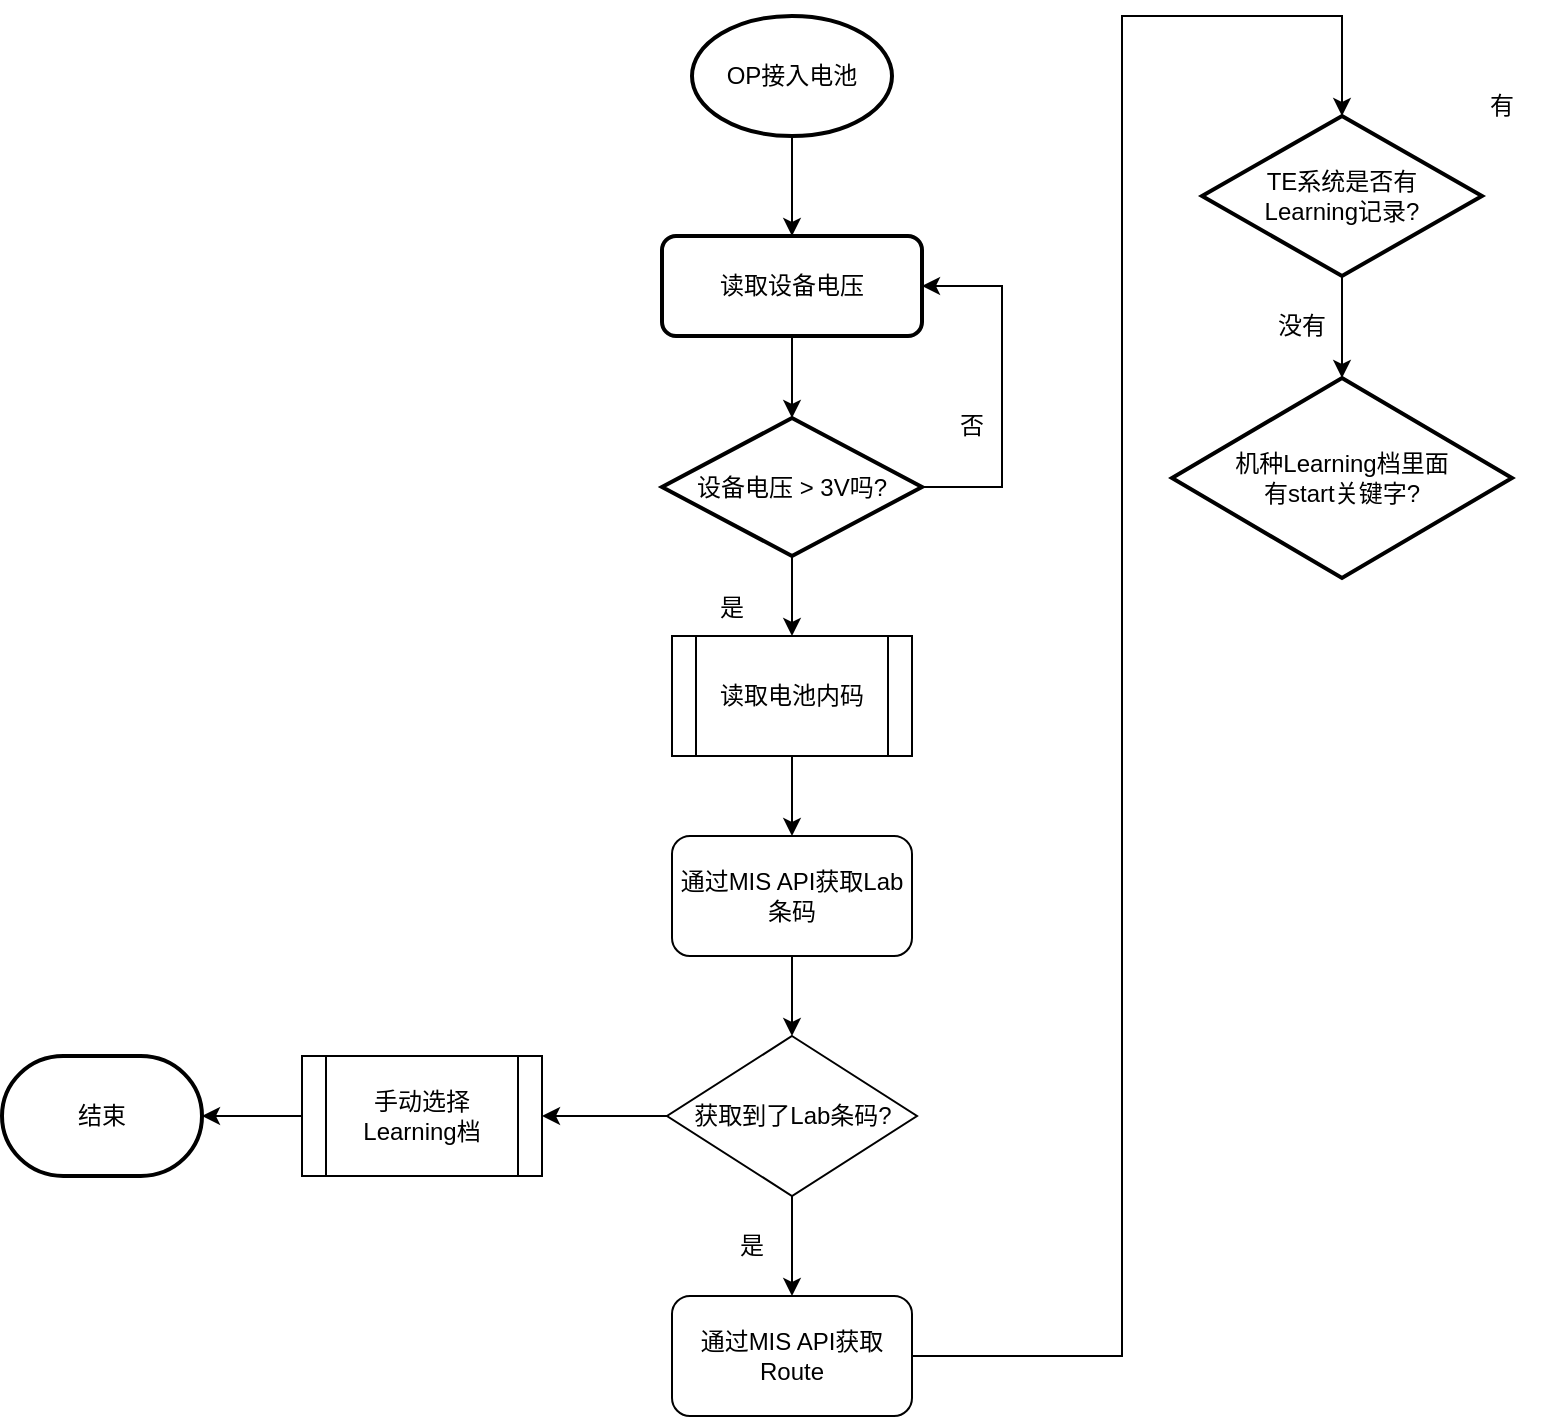
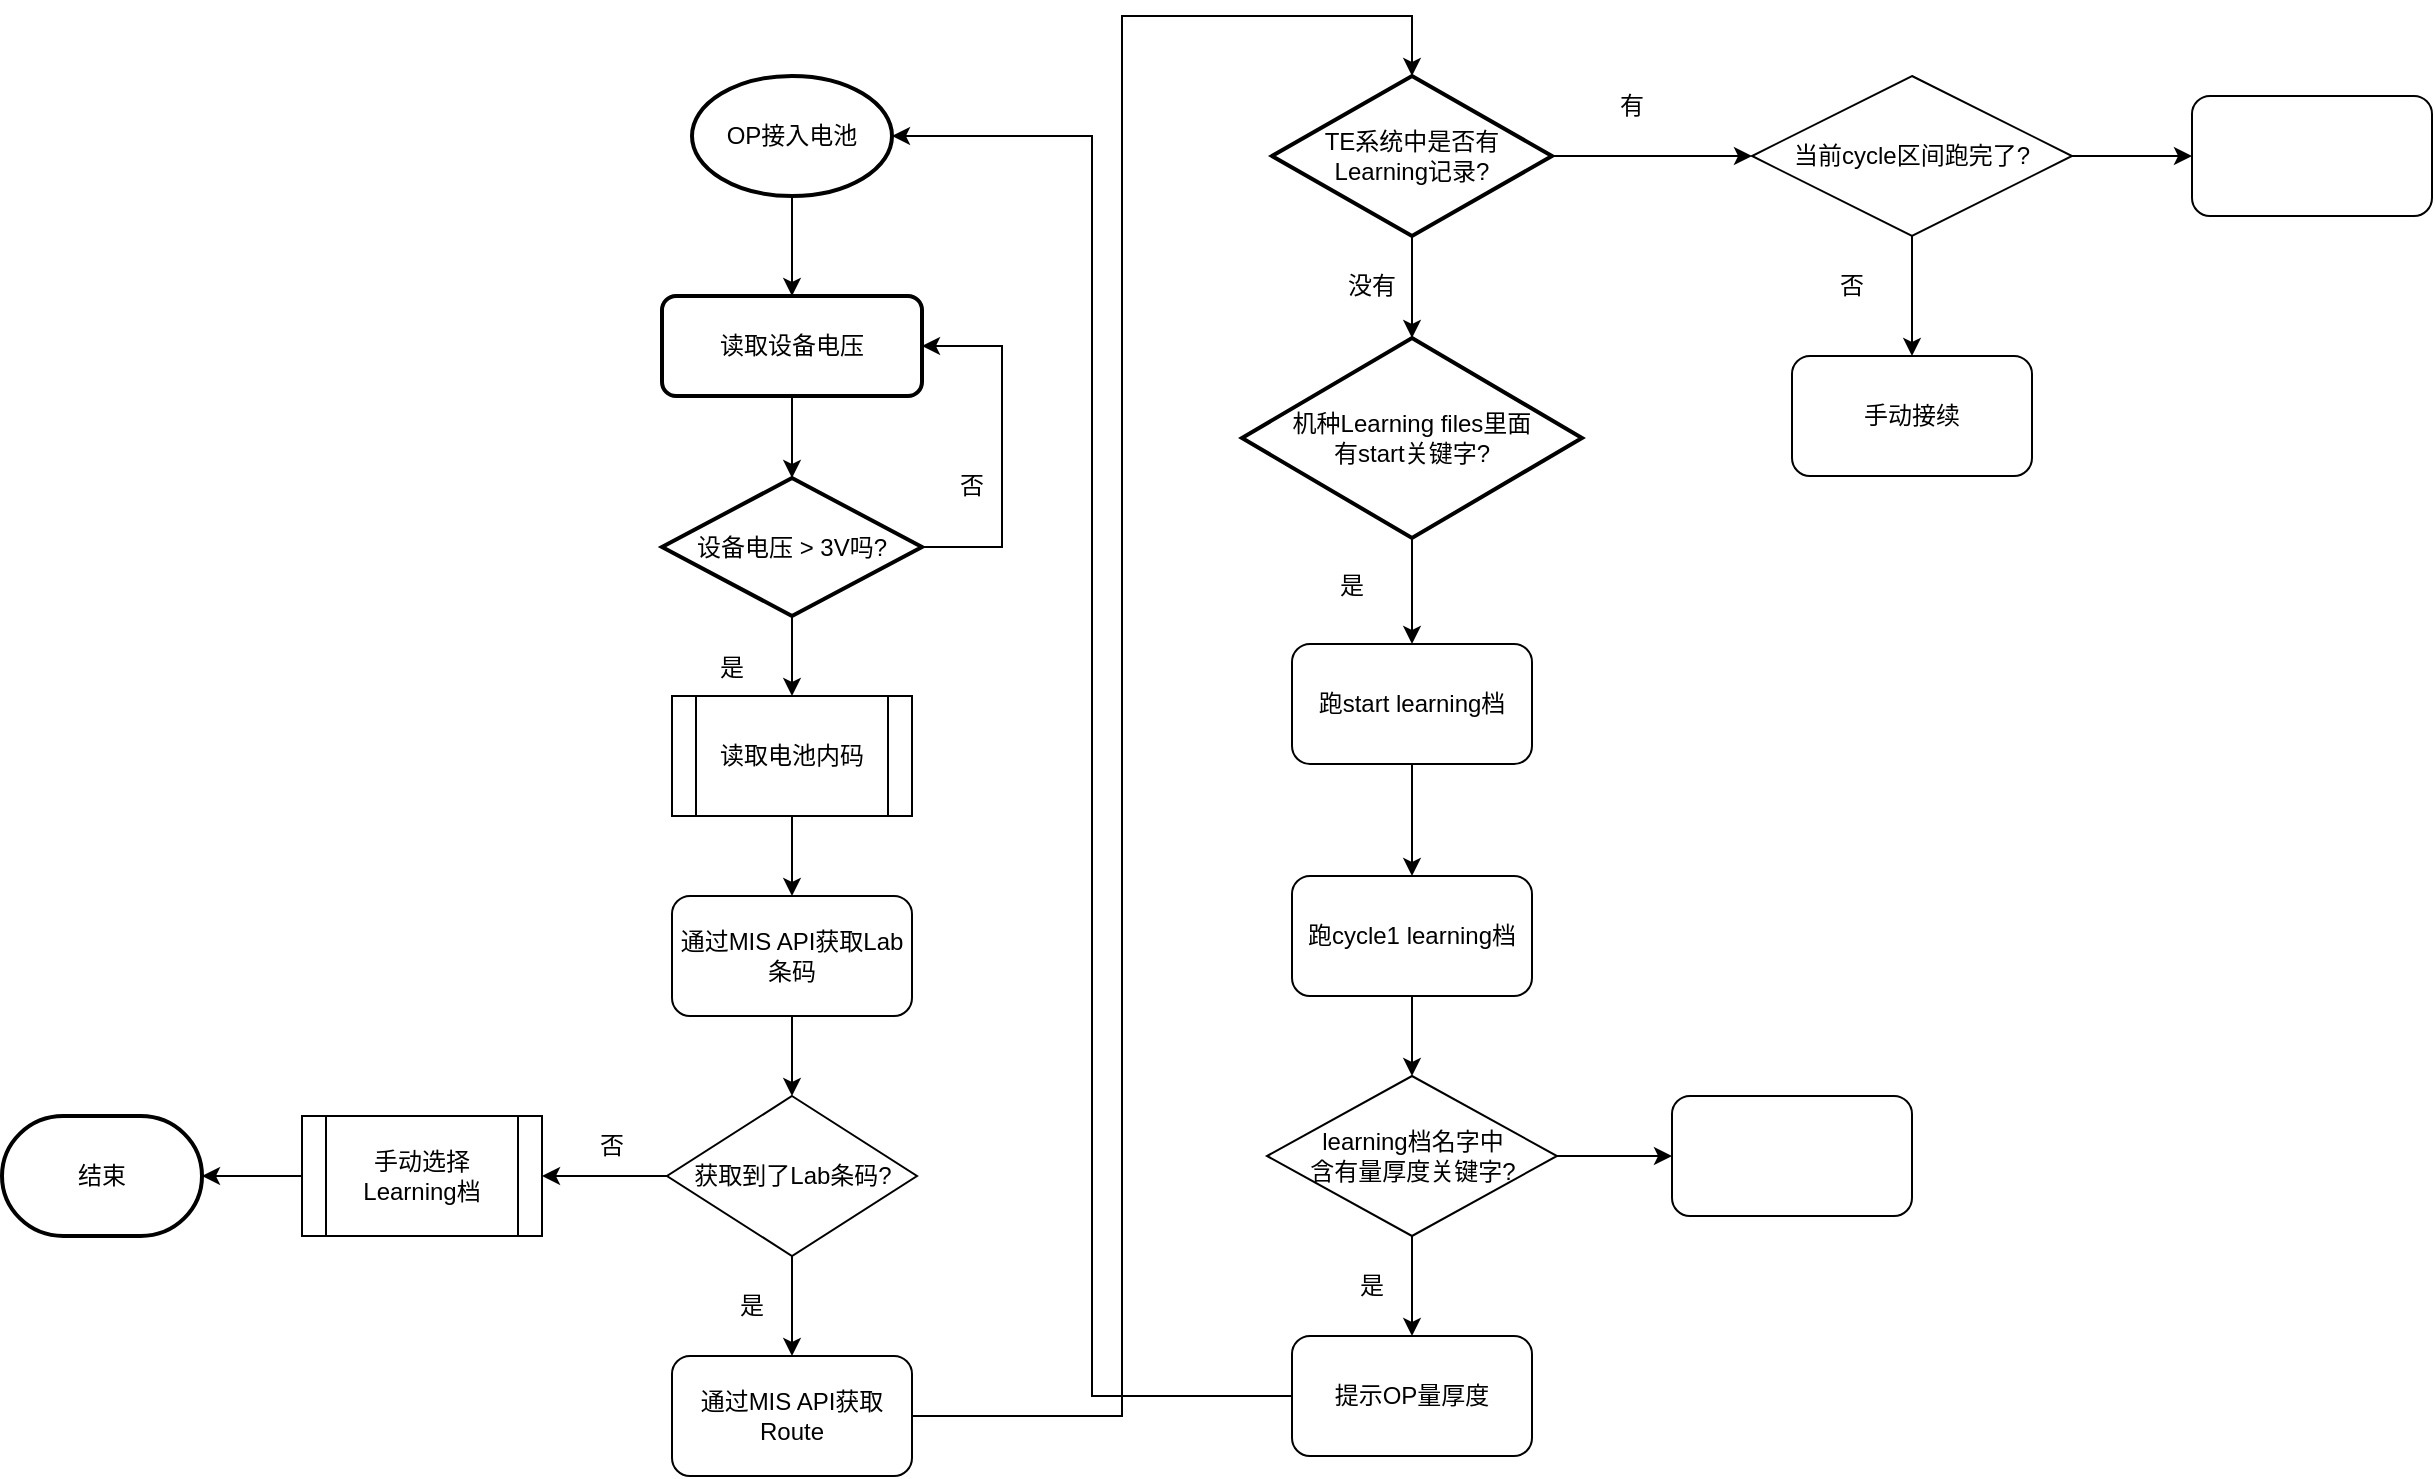
<mxfile host="app.diagrams.net">
  <diagram name="第 1 页" id="3HldnIOuQtLrwHUO-1mN">
-     <mxGraphModel dx="983" dy="757" grid="1" gridSize="10" guides="1" tooltips="1" connect="1" arrows="1" fold="1" page="1" pageScale="1" pageWidth="1169" pageHeight="827" math="0" shadow="0">
+     <mxGraphModel dx="1623" dy="813" grid="1" gridSize="10" guides="1" tooltips="1" connect="1" arrows="1" fold="1" page="1" pageScale="1" pageWidth="1169" pageHeight="827" math="0" shadow="0">
      <root>
        <mxCell id="0" />
        <mxCell id="1" parent="0" />
        <mxCell id="qRa3hty1LtdxE0hFs_0w-8" edge="1" parent="1" source="qRa3hty1LtdxE0hFs_0w-4" style="edgeStyle=orthogonalEdgeStyle;rounded=0;orthogonalLoop=1;jettySize=auto;html=1;" target="qRa3hty1LtdxE0hFs_0w-6" value="">
          <mxGeometry relative="1" as="geometry" />
        </mxCell>
        <mxCell id="qRa3hty1LtdxE0hFs_0w-4" parent="1" style="strokeWidth=2;html=1;shape=mxgraph.flowchart.start_1;whiteSpace=wrap;" value="OP接入电池" vertex="1">
          <mxGeometry height="60" width="100" x="385" y="50" as="geometry" />
        </mxCell>
        <mxCell id="qRa3hty1LtdxE0hFs_0w-9" edge="1" parent="1" source="qRa3hty1LtdxE0hFs_0w-6" style="edgeStyle=orthogonalEdgeStyle;rounded=0;orthogonalLoop=1;jettySize=auto;html=1;" target="qRa3hty1LtdxE0hFs_0w-7" value="">
          <mxGeometry relative="1" as="geometry" />
        </mxCell>
        <mxCell id="qRa3hty1LtdxE0hFs_0w-6" parent="1" style="rounded=1;whiteSpace=wrap;html=1;absoluteArcSize=1;arcSize=14;strokeWidth=2;" value="读取设备电压" vertex="1">
          <mxGeometry height="50" width="130" x="370" y="160" as="geometry" />
        </mxCell>
        <mxCell id="qRa3hty1LtdxE0hFs_0w-14" edge="1" parent="1" source="qRa3hty1LtdxE0hFs_0w-7" style="edgeStyle=orthogonalEdgeStyle;rounded=0;orthogonalLoop=1;jettySize=auto;html=1;" target="qRa3hty1LtdxE0hFs_0w-13" value="">
          <mxGeometry relative="1" as="geometry" />
        </mxCell>
        <mxCell id="qRa3hty1LtdxE0hFs_0w-25" edge="1" parent="1" source="qRa3hty1LtdxE0hFs_0w-7" style="edgeStyle=orthogonalEdgeStyle;rounded=0;orthogonalLoop=1;jettySize=auto;html=1;entryX=1;entryY=0.5;entryDx=0;entryDy=0;" target="qRa3hty1LtdxE0hFs_0w-6">
          <mxGeometry relative="1" as="geometry">
            <Array as="points">
              <mxPoint x="540" y="286" />
              <mxPoint x="540" y="185" />
            </Array>
            <mxPoint x="580" y="180" as="targetPoint" />
          </mxGeometry>
        </mxCell>
        <mxCell id="qRa3hty1LtdxE0hFs_0w-7" parent="1" style="strokeWidth=2;html=1;shape=mxgraph.flowchart.decision;whiteSpace=wrap;" value="设备电压 &amp;gt; 3V吗?" vertex="1">
          <mxGeometry height="69" width="130" x="370" y="251" as="geometry" />
        </mxCell>
        <mxCell id="qRa3hty1LtdxE0hFs_0w-11" parent="1" style="text;html=1;whiteSpace=wrap;strokeColor=none;fillColor=none;align=center;verticalAlign=middle;rounded=0;" value="&lt;div&gt;否&lt;/div&gt;" vertex="1">
          <mxGeometry height="30" width="60" x="495" y="240" as="geometry" />
        </mxCell>
        <mxCell id="qRa3hty1LtdxE0hFs_0w-12" parent="1" style="text;html=1;whiteSpace=wrap;strokeColor=none;fillColor=none;align=center;verticalAlign=middle;rounded=0;" value="&lt;div&gt;是&lt;/div&gt;" vertex="1">
          <mxGeometry height="30" width="60" x="375" y="331" as="geometry" />
        </mxCell>
        <mxCell id="qRa3hty1LtdxE0hFs_0w-16" edge="1" parent="1" source="qRa3hty1LtdxE0hFs_0w-13" style="edgeStyle=orthogonalEdgeStyle;rounded=0;orthogonalLoop=1;jettySize=auto;html=1;" target="qRa3hty1LtdxE0hFs_0w-15" value="">
          <mxGeometry relative="1" as="geometry" />
        </mxCell>
        <mxCell id="qRa3hty1LtdxE0hFs_0w-13" parent="1" style="shape=process;whiteSpace=wrap;html=1;backgroundOutline=1;" value="读取电池内码" vertex="1">
          <mxGeometry height="60" width="120" x="375" y="360" as="geometry" />
        </mxCell>
        <mxCell id="qRa3hty1LtdxE0hFs_0w-20" edge="1" parent="1" source="qRa3hty1LtdxE0hFs_0w-15" style="edgeStyle=orthogonalEdgeStyle;rounded=0;orthogonalLoop=1;jettySize=auto;html=1;" target="qRa3hty1LtdxE0hFs_0w-19" value="">
          <mxGeometry relative="1" as="geometry" />
        </mxCell>
        <mxCell id="qRa3hty1LtdxE0hFs_0w-15" parent="1" style="rounded=1;whiteSpace=wrap;html=1;" value="通过MIS API获取Lab条码" vertex="1">
          <mxGeometry height="60" width="120" x="375" y="460" as="geometry" />
        </mxCell>
        <mxCell id="qRa3hty1LtdxE0hFs_0w-31" edge="1" parent="1" source="qRa3hty1LtdxE0hFs_0w-17" style="edgeStyle=orthogonalEdgeStyle;rounded=0;orthogonalLoop=1;jettySize=auto;html=1;entryX=0.5;entryY=0;entryDx=0;entryDy=0;entryPerimeter=0;" target="qRa3hty1LtdxE0hFs_0w-30" value="">
          <mxGeometry relative="1" as="geometry">
            <Array as="points">
              <mxPoint x="600" y="720" />
-               <mxPoint x="600" y="50" />
-               <mxPoint x="710" y="50" />
+               <mxPoint x="600" y="20" />
+               <mxPoint x="745" y="20" />
            </Array>
          </mxGeometry>
        </mxCell>
        <mxCell id="qRa3hty1LtdxE0hFs_0w-17" parent="1" style="rounded=1;whiteSpace=wrap;html=1;" value="通过MIS API获取Route" vertex="1">
          <mxGeometry height="60" width="120" x="375" y="690" as="geometry" />
        </mxCell>
        <mxCell id="qRa3hty1LtdxE0hFs_0w-21" edge="1" parent="1" source="qRa3hty1LtdxE0hFs_0w-19" style="edgeStyle=orthogonalEdgeStyle;rounded=0;orthogonalLoop=1;jettySize=auto;html=1;" target="qRa3hty1LtdxE0hFs_0w-17" value="">
          <mxGeometry relative="1" as="geometry" />
        </mxCell>
        <mxCell id="qRa3hty1LtdxE0hFs_0w-27" edge="1" parent="1" source="qRa3hty1LtdxE0hFs_0w-19" style="edgeStyle=orthogonalEdgeStyle;rounded=0;orthogonalLoop=1;jettySize=auto;html=1;" target="qRa3hty1LtdxE0hFs_0w-26" value="">
          <mxGeometry relative="1" as="geometry" />
        </mxCell>
        <mxCell id="qRa3hty1LtdxE0hFs_0w-19" parent="1" style="rhombus;whiteSpace=wrap;html=1;" value="获取到了Lab条码?" vertex="1">
          <mxGeometry height="80" width="125" x="372.5" y="560" as="geometry" />
        </mxCell>
        <mxCell id="qRa3hty1LtdxE0hFs_0w-22" parent="1" style="text;html=1;whiteSpace=wrap;strokeColor=none;fillColor=none;align=center;verticalAlign=middle;rounded=0;" value="是" vertex="1">
          <mxGeometry height="30" width="60" x="385" y="650" as="geometry" />
        </mxCell>
        <mxCell id="qRa3hty1LtdxE0hFs_0w-29" edge="1" parent="1" source="qRa3hty1LtdxE0hFs_0w-26" style="edgeStyle=orthogonalEdgeStyle;rounded=0;orthogonalLoop=1;jettySize=auto;html=1;" target="qRa3hty1LtdxE0hFs_0w-28" value="">
          <mxGeometry relative="1" as="geometry" />
        </mxCell>
        <mxCell id="qRa3hty1LtdxE0hFs_0w-26" parent="1" style="shape=process;whiteSpace=wrap;html=1;backgroundOutline=1;" value="手动选择Learning档" vertex="1">
          <mxGeometry height="60" width="120" x="190" y="570" as="geometry" />
        </mxCell>
        <mxCell id="qRa3hty1LtdxE0hFs_0w-28" parent="1" style="strokeWidth=2;html=1;shape=mxgraph.flowchart.terminator;whiteSpace=wrap;" value="结束" vertex="1">
          <mxGeometry height="60" width="100" x="40" y="570" as="geometry" />
        </mxCell>
        <mxCell id="qRa3hty1LtdxE0hFs_0w-34" edge="1" parent="1" source="qRa3hty1LtdxE0hFs_0w-30" style="edgeStyle=orthogonalEdgeStyle;rounded=0;orthogonalLoop=1;jettySize=auto;html=1;" target="qRa3hty1LtdxE0hFs_0w-33" value="">
          <mxGeometry relative="1" as="geometry" />
        </mxCell>
-         <mxCell id="qRa3hty1LtdxE0hFs_0w-30" parent="1" style="strokeWidth=2;html=1;shape=mxgraph.flowchart.decision;whiteSpace=wrap;" value="&lt;div&gt;TE系统是否有&lt;/div&gt;&lt;div&gt;Learning记录?&lt;/div&gt;" vertex="1">
-           <mxGeometry height="80" width="140" x="640" y="100" as="geometry" />
+         <mxCell id="qRa3hty1LtdxE0hFs_0w-38" edge="1" parent="1" source="qRa3hty1LtdxE0hFs_0w-30" style="edgeStyle=orthogonalEdgeStyle;rounded=0;orthogonalLoop=1;jettySize=auto;html=1;" target="qRa3hty1LtdxE0hFs_0w-37" value="">
+           <mxGeometry relative="1" as="geometry" />
        </mxCell>
-         <mxCell id="qRa3hty1LtdxE0hFs_0w-33" parent="1" style="strokeWidth=2;html=1;shape=mxgraph.flowchart.decision;whiteSpace=wrap;" value="&lt;div&gt;机种Learning档里面&lt;/div&gt;&lt;div&gt;有start关键字?&lt;/div&gt;" vertex="1">
-           <mxGeometry height="100" width="170" x="625" y="231" as="geometry" />
+         <mxCell id="qRa3hty1LtdxE0hFs_0w-30" parent="1" style="strokeWidth=2;html=1;shape=mxgraph.flowchart.decision;whiteSpace=wrap;" value="&lt;div&gt;TE系统中是否有&lt;/div&gt;&lt;div&gt;Learning记录?&lt;/div&gt;" vertex="1">
+           <mxGeometry height="80" width="140" x="675" y="50" as="geometry" />
+         </mxCell>
+         <mxCell id="qRa3hty1LtdxE0hFs_0w-45" edge="1" parent="1" source="qRa3hty1LtdxE0hFs_0w-33" style="edgeStyle=orthogonalEdgeStyle;rounded=0;orthogonalLoop=1;jettySize=auto;html=1;" target="qRa3hty1LtdxE0hFs_0w-44" value="">
+           <mxGeometry relative="1" as="geometry" />
+         </mxCell>
+         <mxCell id="qRa3hty1LtdxE0hFs_0w-33" parent="1" style="strokeWidth=2;html=1;shape=mxgraph.flowchart.decision;whiteSpace=wrap;" value="&lt;div&gt;机种Learning files里面&lt;/div&gt;&lt;div&gt;有start关键字?&lt;/div&gt;" vertex="1">
+           <mxGeometry height="100" width="170" x="660" y="181" as="geometry" />
        </mxCell>
        <mxCell id="qRa3hty1LtdxE0hFs_0w-35" parent="1" style="text;html=1;whiteSpace=wrap;strokeColor=none;fillColor=none;align=center;verticalAlign=middle;rounded=0;" value="没有" vertex="1">
-           <mxGeometry height="30" width="60" x="660" y="190" as="geometry" />
+           <mxGeometry height="30" width="60" x="695" y="140" as="geometry" />
        </mxCell>
        <mxCell id="qRa3hty1LtdxE0hFs_0w-36" parent="1" style="text;html=1;whiteSpace=wrap;strokeColor=none;fillColor=none;align=center;verticalAlign=middle;rounded=0;" value="有" vertex="1">
-           <mxGeometry height="30" width="60" x="760" y="80" as="geometry" />
+           <mxGeometry height="30" width="60" x="825" y="50" as="geometry" />
+         </mxCell>
+         <mxCell id="qRa3hty1LtdxE0hFs_0w-40" edge="1" parent="1" source="qRa3hty1LtdxE0hFs_0w-37" style="edgeStyle=orthogonalEdgeStyle;rounded=0;orthogonalLoop=1;jettySize=auto;html=1;" target="qRa3hty1LtdxE0hFs_0w-39" value="">
+           <mxGeometry relative="1" as="geometry" />
+         </mxCell>
+         <mxCell id="qRa3hty1LtdxE0hFs_0w-43" edge="1" parent="1" source="qRa3hty1LtdxE0hFs_0w-37" style="edgeStyle=orthogonalEdgeStyle;rounded=0;orthogonalLoop=1;jettySize=auto;html=1;" target="qRa3hty1LtdxE0hFs_0w-42" value="">
+           <mxGeometry relative="1" as="geometry" />
+         </mxCell>
+         <mxCell id="qRa3hty1LtdxE0hFs_0w-37" parent="1" style="rhombus;whiteSpace=wrap;html=1;" value="当前cycle区间跑完了?" vertex="1">
+           <mxGeometry height="80" width="160" x="915" y="50" as="geometry" />
+         </mxCell>
+         <mxCell id="qRa3hty1LtdxE0hFs_0w-39" parent="1" style="rounded=1;whiteSpace=wrap;html=1;" value="手动接续" vertex="1">
+           <mxGeometry height="60" width="120" x="935" y="190" as="geometry" />
+         </mxCell>
+         <mxCell id="qRa3hty1LtdxE0hFs_0w-41" parent="1" style="text;html=1;whiteSpace=wrap;strokeColor=none;fillColor=none;align=center;verticalAlign=middle;rounded=0;" value="否" vertex="1">
+           <mxGeometry height="30" width="60" x="935" y="140" as="geometry" />
+         </mxCell>
+         <mxCell id="qRa3hty1LtdxE0hFs_0w-42" parent="1" style="rounded=1;whiteSpace=wrap;html=1;" value="" vertex="1">
+           <mxGeometry height="60" width="120" x="1135" y="60" as="geometry" />
+         </mxCell>
+         <mxCell id="qRa3hty1LtdxE0hFs_0w-48" edge="1" parent="1" source="qRa3hty1LtdxE0hFs_0w-44" style="edgeStyle=orthogonalEdgeStyle;rounded=0;orthogonalLoop=1;jettySize=auto;html=1;" target="qRa3hty1LtdxE0hFs_0w-47" value="">
+           <mxGeometry relative="1" as="geometry" />
+         </mxCell>
+         <mxCell id="qRa3hty1LtdxE0hFs_0w-44" parent="1" style="rounded=1;whiteSpace=wrap;html=1;" value="跑start learning档" vertex="1">
+           <mxGeometry height="60" width="120" x="685" y="334" as="geometry" />
+         </mxCell>
+         <mxCell id="qRa3hty1LtdxE0hFs_0w-46" parent="1" style="text;html=1;whiteSpace=wrap;strokeColor=none;fillColor=none;align=center;verticalAlign=middle;rounded=0;" value="是" vertex="1">
+           <mxGeometry height="30" width="60" x="685" y="290" as="geometry" />
+         </mxCell>
+         <mxCell id="qRa3hty1LtdxE0hFs_0w-50" edge="1" parent="1" source="qRa3hty1LtdxE0hFs_0w-47" style="edgeStyle=orthogonalEdgeStyle;rounded=0;orthogonalLoop=1;jettySize=auto;html=1;" target="qRa3hty1LtdxE0hFs_0w-49" value="">
+           <mxGeometry relative="1" as="geometry" />
+         </mxCell>
+         <mxCell id="qRa3hty1LtdxE0hFs_0w-47" parent="1" style="rounded=1;whiteSpace=wrap;html=1;" value="跑cycle1 learning档" vertex="1">
+           <mxGeometry height="60" width="120" x="685" y="450" as="geometry" />
+         </mxCell>
+         <mxCell id="qRa3hty1LtdxE0hFs_0w-52" edge="1" parent="1" source="qRa3hty1LtdxE0hFs_0w-49" style="edgeStyle=orthogonalEdgeStyle;rounded=0;orthogonalLoop=1;jettySize=auto;html=1;" target="qRa3hty1LtdxE0hFs_0w-51" value="">
+           <mxGeometry relative="1" as="geometry" />
+         </mxCell>
+         <mxCell id="qRa3hty1LtdxE0hFs_0w-56" edge="1" parent="1" source="qRa3hty1LtdxE0hFs_0w-49" style="edgeStyle=orthogonalEdgeStyle;rounded=0;orthogonalLoop=1;jettySize=auto;html=1;" target="qRa3hty1LtdxE0hFs_0w-55" value="">
+           <mxGeometry relative="1" as="geometry" />
+         </mxCell>
+         <mxCell id="qRa3hty1LtdxE0hFs_0w-49" parent="1" style="rhombus;whiteSpace=wrap;html=1;" value="&lt;div&gt;learning档名字中&lt;/div&gt;&lt;div&gt;含有量厚度关键字?&lt;/div&gt;" vertex="1">
+           <mxGeometry height="80" width="145" x="672.5" y="550" as="geometry" />
+         </mxCell>
+         <mxCell id="qRa3hty1LtdxE0hFs_0w-51" parent="1" style="rounded=1;whiteSpace=wrap;html=1;" value="提示OP量厚度" vertex="1">
+           <mxGeometry height="60" width="120" x="685" y="680" as="geometry" />
+         </mxCell>
+         <mxCell id="qRa3hty1LtdxE0hFs_0w-53" parent="1" style="text;html=1;whiteSpace=wrap;strokeColor=none;fillColor=none;align=center;verticalAlign=middle;rounded=0;" value="是" vertex="1">
+           <mxGeometry height="30" width="60" x="695" y="640" as="geometry" />
+         </mxCell>
+         <mxCell id="qRa3hty1LtdxE0hFs_0w-54" edge="1" parent="1" source="qRa3hty1LtdxE0hFs_0w-51" style="edgeStyle=orthogonalEdgeStyle;rounded=0;orthogonalLoop=1;jettySize=auto;html=1;entryX=1;entryY=0.5;entryDx=0;entryDy=0;entryPerimeter=0;" target="qRa3hty1LtdxE0hFs_0w-4">
+           <mxGeometry relative="1" as="geometry" />
+         </mxCell>
+         <mxCell id="qRa3hty1LtdxE0hFs_0w-55" parent="1" style="rounded=1;whiteSpace=wrap;html=1;" value="" vertex="1">
+           <mxGeometry height="60" width="120" x="875" y="560" as="geometry" />
+         </mxCell>
+         <mxCell id="qRa3hty1LtdxE0hFs_0w-57" parent="1" style="text;html=1;whiteSpace=wrap;strokeColor=none;fillColor=none;align=center;verticalAlign=middle;rounded=0;" value="否" vertex="1">
+           <mxGeometry height="30" width="60" x="315" y="570" as="geometry" />
        </mxCell>
      </root>
    </mxGraphModel>
  </diagram>
</mxfile>
